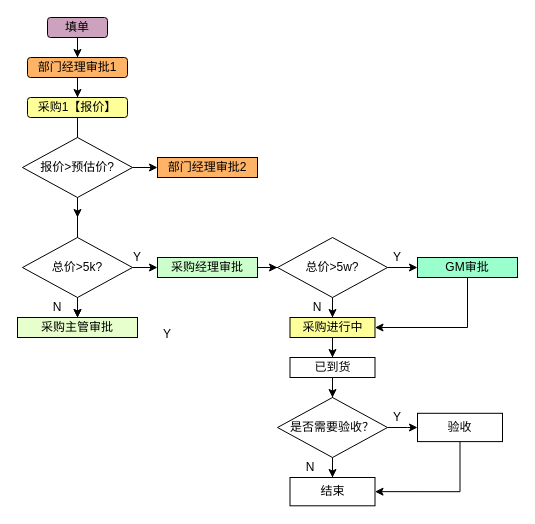
Above: Untitled Diagram.drawio in YukyanLeung/canvas2image (draw.io), before the change. Source tidied: cells renumbered, new cells numbered last; positions are measured from the earlier drawing's top-left corner, leaving out a move shared by most shapes. Both pictures are drawn from the tidied source at 100%, with x=0, y=0 at pixel (17, 17).
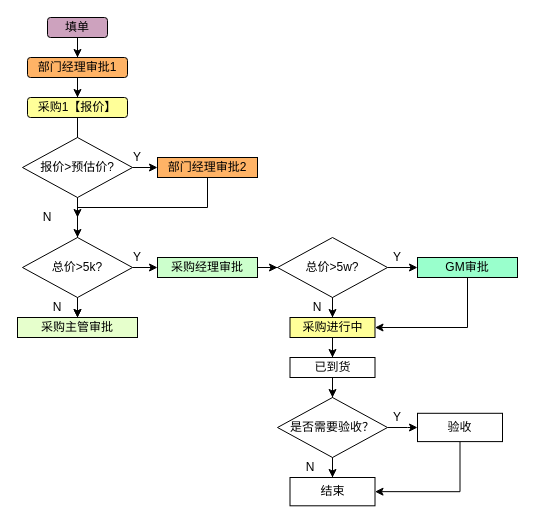
After the change.

The change refers to these unchanged cells:
```xml
<mxCell id="10" value="部门经理审批2" style="whiteSpace=wrap;html=1;fillColor=#FFB366;" parent="1" vertex="1">
  <mxGeometry x="140" y="140" width="100" height="20" as="geometry" />
</mxCell>
<mxCell id="16" value="总价&amp;gt;5k?" style="rhombus;whiteSpace=wrap;html=1;" parent="1" vertex="1">
  <mxGeometry x="5" y="220" width="110" height="60" as="geometry" />
</mxCell>
```

What changed in the source:
```diff
@@
+    <mxCell id="41" style="edgeStyle=orthogonalEdgeStyle;rounded=0;jettySize=auto;html=1;exitX=0.5;exitY=1;exitDx=0;exitDy=0;entryX=0.5;entryY=0;entryDx=0;entryDy=0;" parent="1" edge="1" source="10" target="16">
+      <mxGeometry relative="1" as="geometry" />
+    </mxCell>
@@
     <mxCell id="19" value="Y" style="text;html=1;strokeColor=none;fillColor=none;align=center;verticalAlign=middle;whiteSpace=wrap;rounded=0;" parent="1" vertex="1">
-      <mxGeometry x="130" y="307" width="40" height="20" as="geometry" />
+      <mxGeometry x="100" y="130" width="40" height="20" as="geometry" />
     </mxCell>
@@
+    <mxCell id="42" value="N" style="text;html=1;strokeColor=none;fillColor=none;align=center;verticalAlign=middle;whiteSpace=wrap;rounded=0;" parent="1" vertex="1">
+      <mxGeometry x="10" y="190" width="40" height="20" as="geometry" />
+    </mxCell>
```
